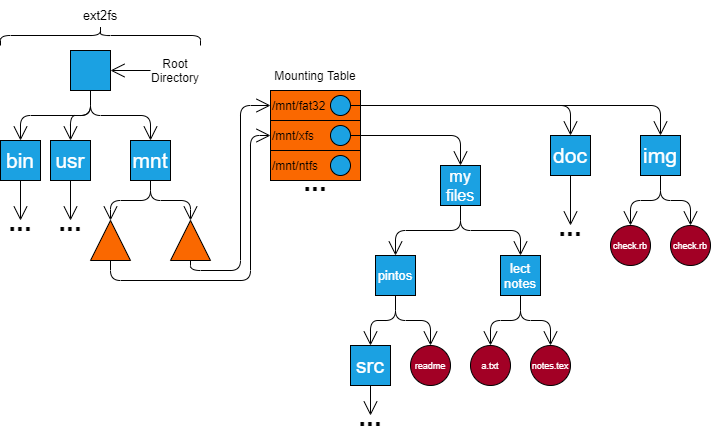
Earlier version of the draw.io export 50004 - Operating Systems/Lecture 15 - (File Systems)/image/mounting.png (OliverKillane/Imperial-Computing-Year-2-Notes). Source tidied: cells renumbered, new cells last; positions are measured from the earlier drawing's top-left corner, leaving out a move shared by most shapes. The source it was exported from:
```xml
<mxGraphModel>
  <root>
    <mxCell id="0" />
    <mxCell id="1" parent="0" />
    <mxCell id="2" style="edgeStyle=orthogonalEdgeStyle;html=1;exitX=0.5;exitY=1;exitDx=0;exitDy=0;entryX=0.5;entryY=0;entryDx=0;entryDy=0;endArrow=open;endFill=0;endSize=12;" parent="1" edge="1" source="5" target="7">
      <mxGeometry relative="1" as="geometry" />
    </mxCell>
    <mxCell id="3" style="edgeStyle=orthogonalEdgeStyle;html=1;exitX=0.5;exitY=1;exitDx=0;exitDy=0;entryX=0.5;entryY=0;entryDx=0;entryDy=0;endArrow=open;endFill=0;endSize=12;" parent="1" edge="1" source="5" target="9">
      <mxGeometry relative="1" as="geometry" />
    </mxCell>
    <mxCell id="4" style="edgeStyle=orthogonalEdgeStyle;html=1;exitX=0.5;exitY=1;exitDx=0;exitDy=0;entryX=0.5;entryY=0;entryDx=0;entryDy=0;endArrow=open;endFill=0;endSize=12;" parent="1" edge="1" source="5" target="14">
      <mxGeometry relative="1" as="geometry" />
    </mxCell>
    <mxCell id="5" style="rounded=0;whiteSpace=wrap;html=1;fillColor=#1ba1e2;fontColor=#ffffff;strokeColor=#000000;" parent="1" vertex="1">
      <mxGeometry x="70" y="115" width="40" height="40" as="geometry" />
    </mxCell>
    <mxCell id="6" style="edgeStyle=orthogonalEdgeStyle;html=1;exitX=0.5;exitY=1;exitDx=0;exitDy=0;entryX=0.5;entryY=0;entryDx=0;entryDy=0;endArrow=open;endFill=0;endSize=12;" parent="1" edge="1" source="7">
      <mxGeometry relative="1" as="geometry">
        <mxPoint x="20" y="285" as="targetPoint" />
      </mxGeometry>
    </mxCell>
    <mxCell id="7" value="bin" style="rounded=0;whiteSpace=wrap;html=1;fontSize=21;fillColor=#1ba1e2;fontColor=#ffffff;strokeColor=#000000;" parent="1" vertex="1">
      <mxGeometry y="205" width="40" height="40" as="geometry" />
    </mxCell>
    <mxCell id="8" style="edgeStyle=orthogonalEdgeStyle;html=1;exitX=0.5;exitY=1;exitDx=0;exitDy=0;endArrow=open;endFill=0;endSize=12;" parent="1" edge="1" source="9">
      <mxGeometry relative="1" as="geometry">
        <mxPoint x="70" y="285" as="targetPoint" />
      </mxGeometry>
    </mxCell>
    <mxCell id="9" value="usr" style="rounded=0;whiteSpace=wrap;html=1;fontSize=21;fillColor=#1ba1e2;fontColor=#ffffff;strokeColor=#000000;" parent="1" vertex="1">
      <mxGeometry x="50" y="205" width="40" height="40" as="geometry" />
    </mxCell>
    <mxCell id="10" style="edgeStyle=orthogonalEdgeStyle;html=1;exitX=0;exitY=0.5;exitDx=0;exitDy=0;entryX=1;entryY=0.5;entryDx=0;entryDy=0;fontSize=12;endArrow=open;endFill=0;endSize=12;" parent="1" edge="1" source="11" target="5">
      <mxGeometry relative="1" as="geometry" />
    </mxCell>
    <mxCell id="11" value="Root Directory" style="text;html=1;strokeColor=none;fillColor=none;align=center;verticalAlign=middle;whiteSpace=wrap;rounded=0;fontSize=12;" parent="1" vertex="1">
      <mxGeometry x="150" y="120" width="50" height="30" as="geometry" />
    </mxCell>
    <mxCell id="12" style="edgeStyle=orthogonalEdgeStyle;html=1;exitX=0.5;exitY=1;exitDx=0;exitDy=0;entryX=0;entryY=0;entryDx=20;entryDy=0;entryPerimeter=0;endArrow=open;endFill=0;endSize=12;" parent="1" edge="1" source="14" target="16">
      <mxGeometry relative="1" as="geometry" />
    </mxCell>
    <mxCell id="13" style="edgeStyle=orthogonalEdgeStyle;html=1;exitX=0.5;exitY=1;exitDx=0;exitDy=0;entryX=0;entryY=0;entryDx=20;entryDy=0;entryPerimeter=0;endArrow=open;endFill=0;endSize=12;" parent="1" edge="1" source="14" target="18">
      <mxGeometry relative="1" as="geometry" />
    </mxCell>
    <mxCell id="14" value="mnt" style="rounded=0;whiteSpace=wrap;html=1;fontSize=21;fillColor=#1ba1e2;fontColor=#ffffff;strokeColor=#000000;" parent="1" vertex="1">
      <mxGeometry x="130" y="205" width="40" height="40" as="geometry" />
    </mxCell>
    <mxCell id="15" style="edgeStyle=orthogonalEdgeStyle;html=1;exitX=0.5;exitY=1;exitDx=0;exitDy=0;exitPerimeter=0;fontSize=13;endArrow=open;endFill=0;endSize=12;entryX=0;entryY=0.5;entryDx=0;entryDy=0;" parent="1" edge="1" source="16" target="20">
      <mxGeometry relative="1" as="geometry">
        <Array as="points">
          <mxPoint x="110" y="345" />
          <mxPoint x="250" y="345" />
          <mxPoint x="250" y="200" />
        </Array>
      </mxGeometry>
    </mxCell>
    <mxCell id="16" style="verticalLabelPosition=bottom;verticalAlign=top;html=1;shape=mxgraph.basic.acute_triangle;dx=0.5;fillColor=#fa6800;fontColor=#000000;strokeColor=#000000;" parent="1" vertex="1">
      <mxGeometry x="90" y="285" width="40" height="40" as="geometry" />
    </mxCell>
    <mxCell id="17" style="edgeStyle=orthogonalEdgeStyle;html=1;exitX=0.5;exitY=1;exitDx=0;exitDy=0;exitPerimeter=0;entryX=0;entryY=0.5;entryDx=0;entryDy=0;fontSize=28;endArrow=open;endFill=0;endSize=12;" parent="1" edge="1" source="18" target="19">
      <mxGeometry relative="1" as="geometry" />
    </mxCell>
    <mxCell id="18" style="verticalLabelPosition=bottom;verticalAlign=top;html=1;shape=mxgraph.basic.acute_triangle;dx=0.5;fillColor=#fa6800;fontColor=#000000;strokeColor=#000000;" parent="1" vertex="1">
      <mxGeometry x="170" y="285" width="40" height="40" as="geometry" />
    </mxCell>
    <mxCell id="19" value="&lt;span style=&quot;text-align: center;&quot;&gt;/mnt/fat32&lt;/span&gt;" style="rounded=0;whiteSpace=wrap;html=1;align=left;fillColor=#fa6800;strokeColor=#000000;fontColor=#000000;" parent="1" vertex="1">
      <mxGeometry x="270" y="155" width="90" height="30" as="geometry" />
    </mxCell>
    <mxCell id="20" value="&lt;span style=&quot;text-align: center;&quot;&gt;/mnt/xfs&lt;/span&gt;" style="rounded=0;whiteSpace=wrap;html=1;align=left;fillColor=#fa6800;strokeColor=#000000;fontColor=#000000;" parent="1" vertex="1">
      <mxGeometry x="270" y="185" width="90" height="30" as="geometry" />
    </mxCell>
    <mxCell id="21" value="/mnt/ntfs" style="rounded=0;whiteSpace=wrap;html=1;align=left;fillColor=#fa6800;fontColor=#000000;strokeColor=#000000;" parent="1" vertex="1">
      <mxGeometry x="270" y="215" width="90" height="30" as="geometry" />
    </mxCell>
    <mxCell id="22" style="edgeStyle=orthogonalEdgeStyle;html=1;exitX=1;exitY=0.5;exitDx=0;exitDy=0;entryX=0.5;entryY=0;entryDx=0;entryDy=0;fontSize=28;endArrow=open;endFill=0;endSize=12;" parent="1" edge="1" source="24" target="36">
      <mxGeometry relative="1" as="geometry" />
    </mxCell>
    <mxCell id="23" style="edgeStyle=orthogonalEdgeStyle;html=1;exitX=1;exitY=0.5;exitDx=0;exitDy=0;entryX=0.5;entryY=0;entryDx=0;entryDy=0;fontSize=28;endArrow=open;endFill=0;endSize=12;" parent="1" edge="1" source="24" target="33">
      <mxGeometry relative="1" as="geometry" />
    </mxCell>
    <mxCell id="24" style="ellipse;whiteSpace=wrap;html=1;fillColor=#1ba1e2;fontColor=#ffffff;strokeColor=#000000;" parent="1" vertex="1">
      <mxGeometry x="330" y="160" width="20" height="20" as="geometry" />
    </mxCell>
    <mxCell id="25" style="edgeStyle=orthogonalEdgeStyle;html=1;exitX=1;exitY=0.5;exitDx=0;exitDy=0;entryX=0.5;entryY=0;entryDx=0;entryDy=0;fontSize=13;endArrow=open;endFill=0;endSize=12;" parent="1" edge="1" source="26" target="42">
      <mxGeometry relative="1" as="geometry" />
    </mxCell>
    <mxCell id="26" style="ellipse;whiteSpace=wrap;html=1;fillColor=#1ba1e2;fontColor=#ffffff;strokeColor=#000000;" parent="1" vertex="1">
      <mxGeometry x="330" y="190" width="20" height="20" as="geometry" />
    </mxCell>
    <mxCell id="27" style="ellipse;whiteSpace=wrap;html=1;fillColor=#1ba1e2;fontColor=#ffffff;strokeColor=#000000;" parent="1" vertex="1">
      <mxGeometry x="330" y="220" width="20" height="20" as="geometry" />
    </mxCell>
    <mxCell id="28" value="..." style="text;html=1;strokeColor=none;fillColor=none;align=center;verticalAlign=bottom;whiteSpace=wrap;rounded=0;fontSize=28;fontStyle=1;" parent="1" vertex="1">
      <mxGeometry x="295" y="245" width="40" height="20" as="geometry" />
    </mxCell>
    <mxCell id="29" value="..." style="text;html=1;strokeColor=none;fillColor=none;align=center;verticalAlign=bottom;whiteSpace=wrap;rounded=0;fontSize=28;fontStyle=1;" parent="1" vertex="1">
      <mxGeometry y="285" width="40" height="20" as="geometry" />
    </mxCell>
    <mxCell id="30" value="..." style="text;html=1;strokeColor=none;fillColor=none;align=center;verticalAlign=bottom;whiteSpace=wrap;rounded=0;fontSize=28;fontStyle=1;" parent="1" vertex="1">
      <mxGeometry x="50" y="285" width="40" height="20" as="geometry" />
    </mxCell>
    <mxCell id="31" value="Mounting Table" style="text;html=1;strokeColor=none;fillColor=none;align=center;verticalAlign=middle;whiteSpace=wrap;rounded=0;fontSize=12;" parent="1" vertex="1">
      <mxGeometry x="270" y="120" width="90" height="40" as="geometry" />
    </mxCell>
    <mxCell id="32" style="edgeStyle=orthogonalEdgeStyle;html=1;exitX=0.5;exitY=1;exitDx=0;exitDy=0;fontSize=28;endArrow=open;endFill=0;endSize=12;entryX=0.5;entryY=0;entryDx=0;entryDy=0;" parent="1" edge="1" source="33" target="39">
      <mxGeometry relative="1" as="geometry" />
    </mxCell>
    <mxCell id="33" value="doc" style="rounded=0;whiteSpace=wrap;html=1;fontSize=21;fillColor=#1ba1e2;fontColor=#ffffff;strokeColor=#000000;" parent="1" vertex="1">
      <mxGeometry x="550" y="200" width="40" height="40" as="geometry" />
    </mxCell>
    <mxCell id="34" style="edgeStyle=orthogonalEdgeStyle;html=1;exitX=0.5;exitY=1;exitDx=0;exitDy=0;entryX=0.5;entryY=0;entryDx=0;entryDy=0;fontSize=28;endArrow=open;endFill=0;endSize=12;" parent="1" edge="1" source="36" target="38">
      <mxGeometry relative="1" as="geometry" />
    </mxCell>
    <mxCell id="35" style="edgeStyle=orthogonalEdgeStyle;html=1;exitX=0.5;exitY=1;exitDx=0;exitDy=0;entryX=0.5;entryY=0;entryDx=0;entryDy=0;fontSize=28;endArrow=open;endFill=0;endSize=12;" parent="1" edge="1" source="36" target="37">
      <mxGeometry relative="1" as="geometry" />
    </mxCell>
    <mxCell id="36" value="img" style="rounded=0;whiteSpace=wrap;html=1;fontSize=21;fillColor=#1ba1e2;fontColor=#ffffff;strokeColor=#000000;" parent="1" vertex="1">
      <mxGeometry x="640" y="200" width="40" height="40" as="geometry" />
    </mxCell>
    <mxCell id="37" value="check.rb" style="ellipse;whiteSpace=wrap;html=1;fontSize=9;fillColor=#a20025;fontColor=#ffffff;strokeColor=#000000;" parent="1" vertex="1">
      <mxGeometry x="670" y="290" width="40" height="40" as="geometry" />
    </mxCell>
    <mxCell id="38" value="check.rb" style="ellipse;whiteSpace=wrap;html=1;fontSize=9;fillColor=#a20025;fontColor=#ffffff;strokeColor=#000000;" parent="1" vertex="1">
      <mxGeometry x="610" y="290" width="40" height="40" as="geometry" />
    </mxCell>
    <mxCell id="39" value="..." style="text;html=1;strokeColor=none;fillColor=none;align=center;verticalAlign=bottom;whiteSpace=wrap;rounded=0;fontSize=28;fontStyle=1;" parent="1" vertex="1">
      <mxGeometry x="550" y="290" width="40" height="20" as="geometry" />
    </mxCell>
    <mxCell id="40" style="edgeStyle=orthogonalEdgeStyle;html=1;exitX=0.5;exitY=1;exitDx=0;exitDy=0;fontSize=13;endArrow=open;endFill=0;endSize=12;" parent="1" edge="1" source="42" target="48">
      <mxGeometry relative="1" as="geometry" />
    </mxCell>
    <mxCell id="41" style="edgeStyle=orthogonalEdgeStyle;html=1;exitX=0.5;exitY=1;exitDx=0;exitDy=0;entryX=0.5;entryY=0;entryDx=0;entryDy=0;fontSize=13;endArrow=open;endFill=0;endSize=12;" parent="1" edge="1" source="42" target="45">
      <mxGeometry relative="1" as="geometry" />
    </mxCell>
    <mxCell id="42" value="my&lt;br style=&quot;font-size: 16px;&quot;&gt;files" style="rounded=0;whiteSpace=wrap;html=1;fontSize=16;fillColor=#1ba1e2;fontColor=#ffffff;strokeColor=#000000;" parent="1" vertex="1">
      <mxGeometry x="440" y="230" width="40" height="40" as="geometry" />
    </mxCell>
    <mxCell id="43" style="edgeStyle=orthogonalEdgeStyle;html=1;exitX=0.5;exitY=1;exitDx=0;exitDy=0;entryX=0.5;entryY=0;entryDx=0;entryDy=0;fontSize=13;endArrow=open;endFill=0;endSize=12;" parent="1" edge="1" source="45" target="50">
      <mxGeometry relative="1" as="geometry" />
    </mxCell>
    <mxCell id="44" style="edgeStyle=orthogonalEdgeStyle;html=1;exitX=0.5;exitY=1;exitDx=0;exitDy=0;entryX=0.5;entryY=0;entryDx=0;entryDy=0;fontSize=13;endArrow=open;endFill=0;endSize=12;" parent="1" edge="1" source="45" target="49">
      <mxGeometry relative="1" as="geometry" />
    </mxCell>
    <mxCell id="45" value="lect&lt;br&gt;notes" style="rounded=0;whiteSpace=wrap;html=1;fontSize=13;fillColor=#1ba1e2;fontColor=#ffffff;strokeColor=#000000;" parent="1" vertex="1">
      <mxGeometry x="500" y="320" width="40" height="40" as="geometry" />
    </mxCell>
    <mxCell id="46" style="edgeStyle=orthogonalEdgeStyle;html=1;exitX=0.5;exitY=1;exitDx=0;exitDy=0;fontSize=13;endArrow=open;endFill=0;endSize=12;entryX=0.5;entryY=0;entryDx=0;entryDy=0;" parent="1" edge="1" source="48" target="53">
      <mxGeometry relative="1" as="geometry" />
    </mxCell>
    <mxCell id="47" style="edgeStyle=orthogonalEdgeStyle;html=1;exitX=0.5;exitY=1;exitDx=0;exitDy=0;fontSize=13;endArrow=open;endFill=0;endSize=12;entryX=0.5;entryY=0;entryDx=0;entryDy=0;" parent="1" edge="1" source="48" target="52">
      <mxGeometry relative="1" as="geometry" />
    </mxCell>
    <mxCell id="48" value="pintos" style="rounded=0;whiteSpace=wrap;html=1;fontSize=13;fillColor=#1ba1e2;fontColor=#ffffff;strokeColor=#000000;" parent="1" vertex="1">
      <mxGeometry x="375" y="320" width="40" height="40" as="geometry" />
    </mxCell>
    <mxCell id="49" value="notes.tex" style="ellipse;whiteSpace=wrap;html=1;fontSize=9;fillColor=#a20025;fontColor=#ffffff;strokeColor=#000000;" parent="1" vertex="1">
      <mxGeometry x="530" y="410" width="40" height="40" as="geometry" />
    </mxCell>
    <mxCell id="50" value="a.txt" style="ellipse;whiteSpace=wrap;html=1;fontSize=9;fillColor=#a20025;fontColor=#ffffff;strokeColor=#000000;" parent="1" vertex="1">
      <mxGeometry x="470" y="410" width="40" height="40" as="geometry" />
    </mxCell>
    <mxCell id="51" style="edgeStyle=orthogonalEdgeStyle;html=1;exitX=0.5;exitY=1;exitDx=0;exitDy=0;fontSize=13;endArrow=open;endFill=0;endSize=12;entryX=0.5;entryY=0;entryDx=0;entryDy=0;" parent="1" edge="1" source="52" target="54">
      <mxGeometry relative="1" as="geometry" />
    </mxCell>
    <mxCell id="52" value="src" style="rounded=0;whiteSpace=wrap;html=1;fontSize=21;fillColor=#1ba1e2;fontColor=#ffffff;strokeColor=#000000;" parent="1" vertex="1">
      <mxGeometry x="350" y="410" width="40" height="40" as="geometry" />
    </mxCell>
    <mxCell id="53" value="readme" style="ellipse;whiteSpace=wrap;html=1;fontSize=9;fillColor=#a20025;fontColor=#ffffff;strokeColor=#000000;" parent="1" vertex="1">
      <mxGeometry x="410" y="410" width="40" height="40" as="geometry" />
    </mxCell>
    <mxCell id="54" value="..." style="text;html=1;strokeColor=none;fillColor=none;align=center;verticalAlign=bottom;whiteSpace=wrap;rounded=0;fontSize=28;fontStyle=1;" parent="1" vertex="1">
      <mxGeometry x="350" y="480" width="40" height="20" as="geometry" />
    </mxCell>
    <mxCell id="55" style="shape=curlyBracket;whiteSpace=wrap;html=1;rounded=1;flipH=1;fontSize=13;strokeColor=#000000;verticalAlign=bottom;rotation=-90;" parent="1" vertex="1">
      <mxGeometry x="90" width="20" height="200" as="geometry" />
    </mxCell>
    <mxCell id="56" value="ext2fs" style="text;html=1;strokeColor=none;fillColor=none;align=center;verticalAlign=middle;whiteSpace=wrap;rounded=0;fontSize=13;" parent="1" vertex="1">
      <mxGeometry x="80" y="65" width="40" height="30" as="geometry" />
    </mxCell>
  </root>
</mxGraphModel>
```
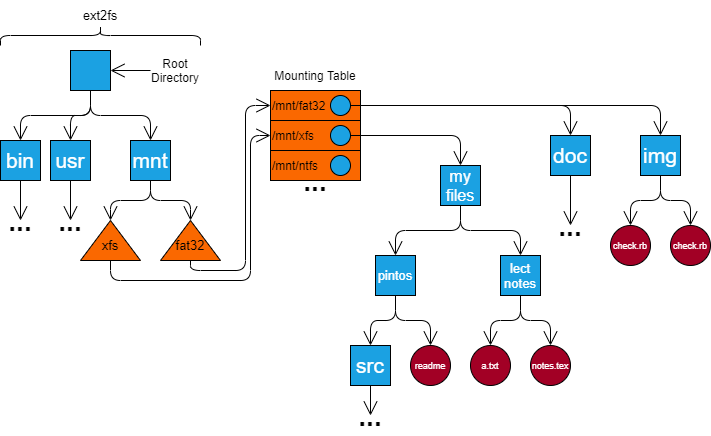
The same diagram one commit later.

Commit message:
Fixed typo & mounting image in Lecture 15

The edit, as a diff of the source:
```diff
@@ -36,10 +36,10 @@
     <mxCell id="11" value="Root Directory" style="text;html=1;strokeColor=none;fillColor=none;align=center;verticalAlign=middle;whiteSpace=wrap;rounded=0;fontSize=12;" parent="1" vertex="1">
       <mxGeometry x="150" y="120" width="50" height="30" as="geometry" />
     </mxCell>
-    <mxCell id="12" style="edgeStyle=orthogonalEdgeStyle;html=1;exitX=0.5;exitY=1;exitDx=0;exitDy=0;entryX=0;entryY=0;entryDx=20;entryDy=0;entryPerimeter=0;endArrow=open;endFill=0;endSize=12;" parent="1" edge="1" source="14" target="16">
+    <mxCell id="12" style="edgeStyle=orthogonalEdgeStyle;html=1;exitX=0.5;exitY=1;exitDx=0;exitDy=0;entryX=0;entryY=0;entryDx=30;entryDy=0;entryPerimeter=0;endArrow=open;endFill=0;endSize=12;" parent="1" edge="1" source="14" target="16">
       <mxGeometry relative="1" as="geometry" />
     </mxCell>
-    <mxCell id="13" style="edgeStyle=orthogonalEdgeStyle;html=1;exitX=0.5;exitY=1;exitDx=0;exitDy=0;entryX=0;entryY=0;entryDx=20;entryDy=0;entryPerimeter=0;endArrow=open;endFill=0;endSize=12;" parent="1" edge="1" source="14" target="18">
+    <mxCell id="13" style="edgeStyle=orthogonalEdgeStyle;html=1;exitX=0.5;exitY=1;exitDx=0;exitDy=0;entryX=0;entryY=0;entryDx=30;entryDy=0;entryPerimeter=0;endArrow=open;endFill=0;endSize=12;" parent="1" edge="1" source="14" target="18">
       <mxGeometry relative="1" as="geometry" />
     </mxCell>
     <mxCell id="14" value="mnt" style="rounded=0;whiteSpace=wrap;html=1;fontSize=21;fillColor=#1ba1e2;fontColor=#ffffff;strokeColor=#000000;" parent="1" vertex="1">
@@ -55,13 +55,13 @@
       </mxGeometry>
     </mxCell>
     <mxCell id="16" style="verticalLabelPosition=bottom;verticalAlign=top;html=1;shape=mxgraph.basic.acute_triangle;dx=0.5;fillColor=#fa6800;fontColor=#000000;strokeColor=#000000;" parent="1" vertex="1">
-      <mxGeometry x="90" y="285" width="40" height="40" as="geometry" />
+      <mxGeometry x="80" y="285" width="60" height="40" as="geometry" />
     </mxCell>
     <mxCell id="17" style="edgeStyle=orthogonalEdgeStyle;html=1;exitX=0.5;exitY=1;exitDx=0;exitDy=0;exitPerimeter=0;entryX=0;entryY=0.5;entryDx=0;entryDy=0;fontSize=28;endArrow=open;endFill=0;endSize=12;" parent="1" edge="1" source="18" target="19">
       <mxGeometry relative="1" as="geometry" />
     </mxCell>
     <mxCell id="18" style="verticalLabelPosition=bottom;verticalAlign=top;html=1;shape=mxgraph.basic.acute_triangle;dx=0.5;fillColor=#fa6800;fontColor=#000000;strokeColor=#000000;" parent="1" vertex="1">
-      <mxGeometry x="170" y="285" width="40" height="40" as="geometry" />
+      <mxGeometry x="160" y="285" width="60" height="40" as="geometry" />
     </mxCell>
     <mxCell id="19" value="&lt;span style=&quot;text-align: center;&quot;&gt;/mnt/fat32&lt;/span&gt;" style="rounded=0;whiteSpace=wrap;html=1;align=left;fillColor=#fa6800;strokeColor=#000000;fontColor=#000000;" parent="1" vertex="1">
       <mxGeometry x="270" y="155" width="90" height="30" as="geometry" />
@@ -177,5 +177,11 @@
     <mxCell id="56" value="ext2fs" style="text;html=1;strokeColor=none;fillColor=none;align=center;verticalAlign=middle;whiteSpace=wrap;rounded=0;fontSize=13;" parent="1" vertex="1">
       <mxGeometry x="80" y="65" width="40" height="30" as="geometry" />
     </mxCell>
+    <mxCell id="57" value="fat32" style="text;html=1;strokeColor=none;fillColor=none;align=center;verticalAlign=middle;whiteSpace=wrap;rounded=0;fontSize=13;fontColor=#000000;" parent="1" vertex="1">
+      <mxGeometry x="170" y="300" width="40" height="20" as="geometry" />
+    </mxCell>
+    <mxCell id="58" value="xfs" style="text;html=1;strokeColor=none;fillColor=none;align=center;verticalAlign=middle;whiteSpace=wrap;rounded=0;fontSize=13;fontColor=#000000;" parent="1" vertex="1">
+      <mxGeometry x="90" y="300" width="40" height="20" as="geometry" />
+    </mxCell>
   </root>
 </mxGraphModel>
```
